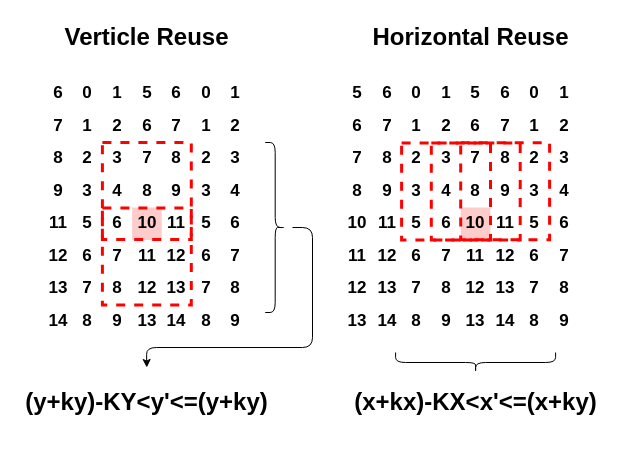
The draw.io diagram FigSource/xy_reuse.drawio in asultan123/MSPaper, before the edit. Source tidied: cells renumbered, new cells numbered last; positions are measured from the earlier drawing's top-left corner, leaving out a move shared by most shapes. Both pictures are drawn from the tidied source at 100%, with x=0, y=0 at pixel (16, 17).
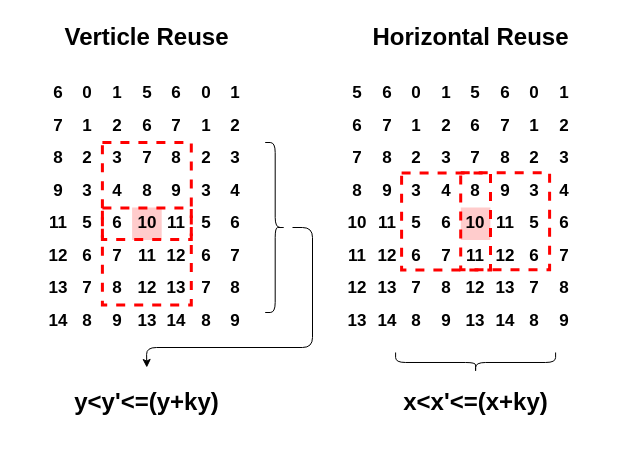
The same diagram, later.

What changed in the source:
```diff
@@
     <mxCell id="124" style="rounded=0;whiteSpace=wrap;html=1;fontSize=17;fontColor=#0000FF;fillColor=none;strokeWidth=3;strokeColor=#FF0000;dashed=1;" parent="1" vertex="1">
-      <mxGeometry x="385.1" y="125.5" width="88.9" height="97" as="geometry" />
+      <mxGeometry x="385.1" y="155.5" width="88.9" height="97" as="geometry" />
     </mxCell>
-    <mxCell id="125" style="rounded=0;whiteSpace=wrap;html=1;fontSize=17;fontColor=#0000FF;fillColor=none;strokeWidth=3;strokeColor=#FF0000;dashed=1;" parent="1" vertex="1">
-      <mxGeometry x="414.8" y="125.5" width="88.9" height="97" as="geometry" />
-    </mxCell>
@@
-    <mxCell id="128" value="(y+ky)-KY&amp;lt;y'&amp;lt;=(y+ky)" style="text;strokeColor=none;fillColor=none;html=1;fontSize=24;fontStyle=1;verticalAlign=middle;align=center;" parent="1" vertex="1">
+    <mxCell id="128" value="y&amp;lt;y'&amp;lt;=(y+ky)" style="text;strokeColor=none;fillColor=none;html=1;fontSize=24;fontStyle=1;verticalAlign=middle;align=center;" parent="1" vertex="1">
       <mxGeometry x="0.3" y="350" width="260" height="70" as="geometry" />
     </mxCell>
     <mxCell id="129" style="rounded=0;whiteSpace=wrap;html=1;fontSize=17;fontColor=#0000FF;fillColor=none;strokeWidth=3;strokeColor=#FF0000;dashed=1;" parent="1" vertex="1">
-      <mxGeometry x="444.2" y="125.2" width="88.9" height="97" as="geometry" />
+      <mxGeometry x="444.2" y="155.2" width="88.9" height="97" as="geometry" />
     </mxCell>
@@
-    <mxCell id="131" value="(x+kx)-KX&amp;lt;x'&amp;lt;=(x+ky)" style="text;strokeColor=none;fillColor=none;html=1;fontSize=24;fontStyle=1;verticalAlign=middle;align=center;" parent="1" vertex="1">
+    <mxCell id="131" value="x&amp;lt;x'&amp;lt;=(x+ky)" style="text;strokeColor=none;fillColor=none;html=1;fontSize=24;fontStyle=1;verticalAlign=middle;align=center;" parent="1" vertex="1">
       <mxGeometry x="329.1" y="350" width="260" height="70" as="geometry" />
     </mxCell>
```
